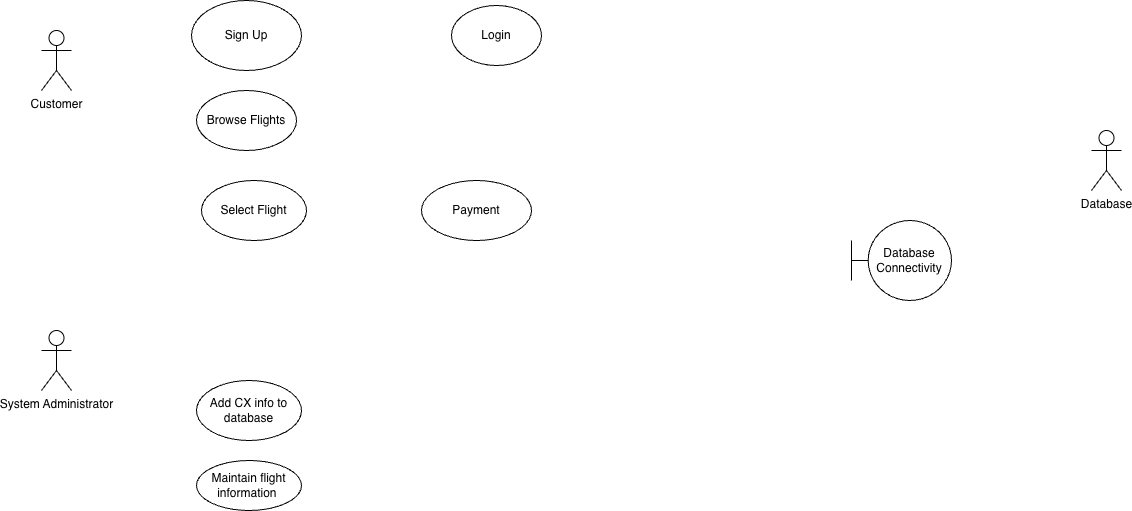
aditi-j25/Flight_Flow_Reservation_System keeps this draw.io diagram as SystemUseCaseDiagram.drawio.png. Above is the earlier version. Source tidied: cells renumbered, new cells last; positions are measured from the earlier drawing's top-left corner, leaving out a move shared by most shapes.
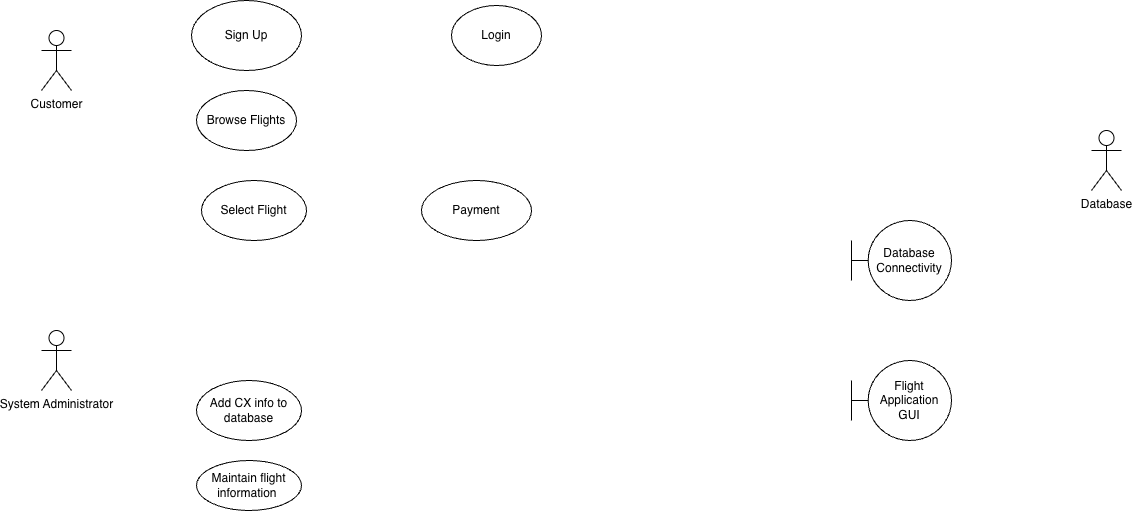
After the change.

Change to the diagram source:
```diff
@@ -35,5 +35,8 @@
     <mxCell id="12" value="Database Connectivity" style="shape=umlBoundary;whiteSpace=wrap;html=1;" parent="1" vertex="1">
       <mxGeometry x="810" y="220" width="100" height="80" as="geometry" />
     </mxCell>
+    <mxCell id="13" value="Flight Application GUI" style="shape=umlBoundary;whiteSpace=wrap;html=1;" parent="1" vertex="1">
+      <mxGeometry x="810" y="360" width="100" height="80" as="geometry" />
+    </mxCell>
   </root>
 </mxGraphModel>
```
